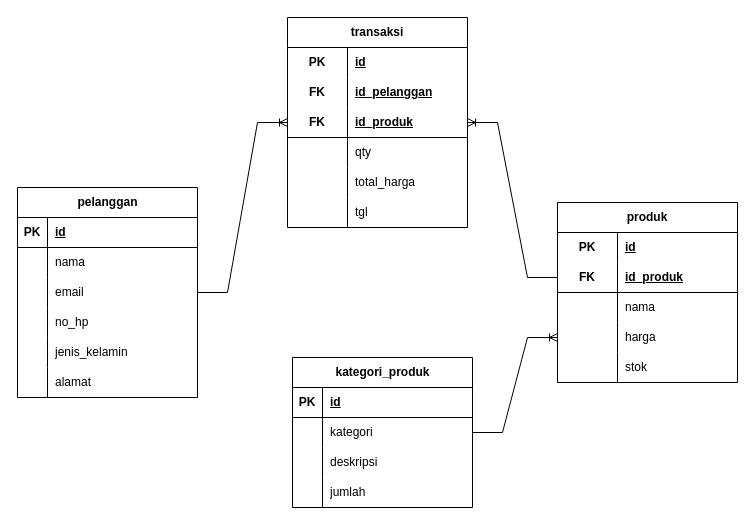
This is desain db online retail.drawio from muhammadaafiff/online-retail-database, a draw.io file, before an edit. Source tidied: cells renumbered, new cells numbered last; positions are measured from the earlier drawing's top-left corner, leaving out a move shared by most shapes. Both pictures are drawn from the tidied source at 100%, with x=0, y=0 at pixel (17, 17).
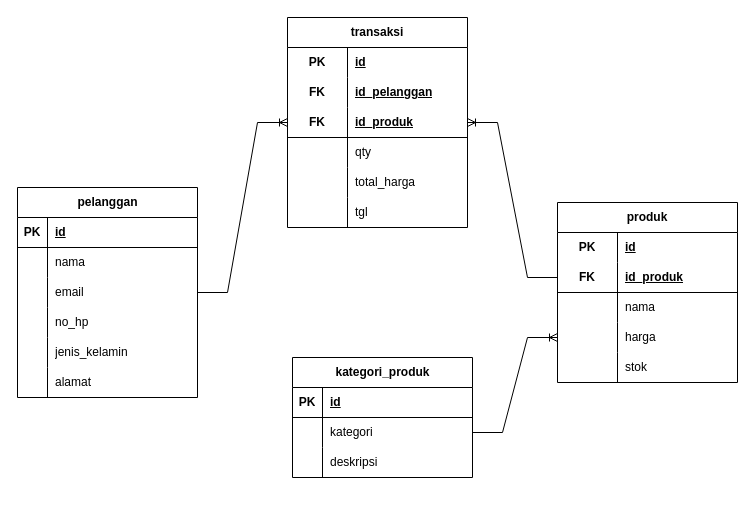
The same diagram, later.

Diff of the diagram source:
```diff
@@
     <mxCell id="58" value="kategori_produk" style="shape=table;startSize=30;childLayout=tableLayout;rowLines=0;fontStyle=1;align=center;html=1;" parent="1" vertex="1">
-      <mxGeometry x="275" y="340" width="180" height="150" as="geometry" />
+      <mxGeometry x="275" y="340" width="180" height="120" as="geometry" />
     </mxCell>
@@
-    <mxCell id="68" style="shape=tableRow;horizontal=0;startSize=0;swimlaneHead=0;swimlaneBody=0;fillColor=none;top=0;left=0;right=0;bottom=0;" parent="58" vertex="1">
-      <mxGeometry y="120" width="180" height="30" as="geometry" />
-    </mxCell>
-    <mxCell id="69" style="shape=partialRectangle;fillColor=none;top=0;left=0;bottom=0;right=0;overflow=hidden;whiteSpace=wrap;html=1;" parent="68" vertex="1">
-      <mxGeometry width="30" height="30" as="geometry" />
-    </mxCell>
-    <mxCell id="70" value="jumlah" style="shape=partialRectangle;fillColor=none;top=0;left=0;bottom=0;right=0;align=left;spacingLeft=6;overflow=hidden;whiteSpace=wrap;html=1;" parent="68" vertex="1">
-      <mxGeometry x="30" width="150" height="30" as="geometry" />
-    </mxCell>
```
